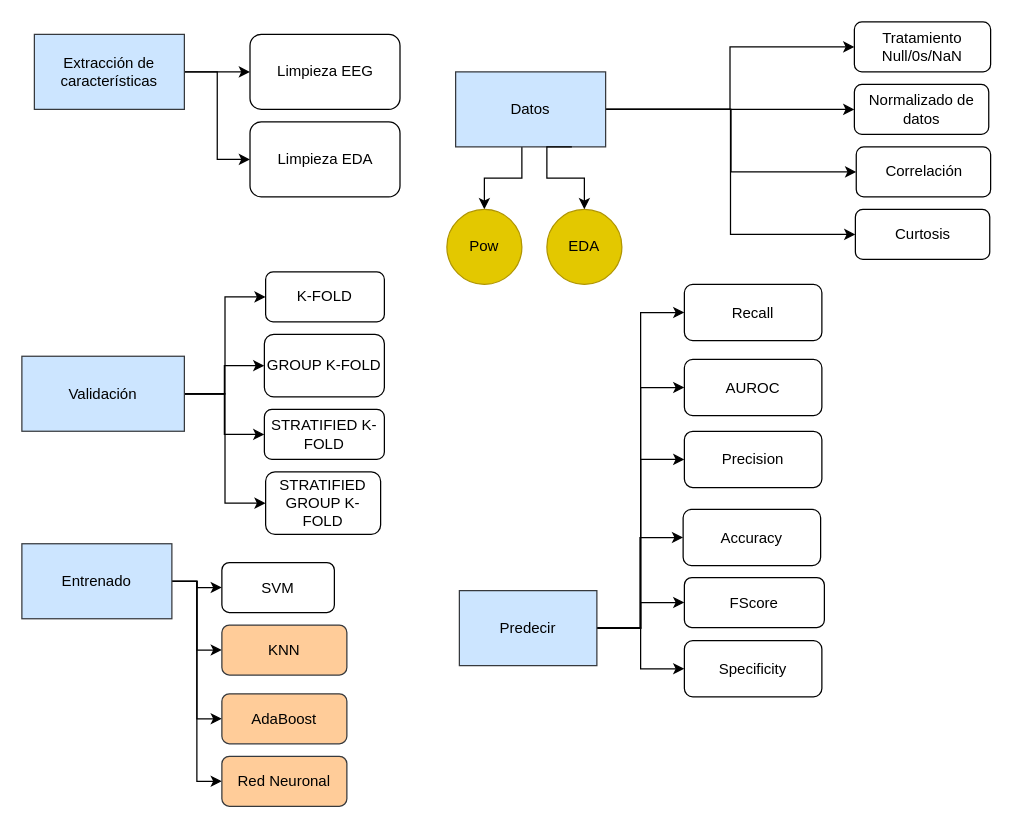
Earlier version of the draw.io diagram TDAH.drawio (sofiagrc/tdah). Source tidied: cells renumbered, new cells numbered last; positions are measured from the earlier drawing's top-left corner, leaving out a move shared by most shapes. Both pictures are drawn from the tidied source at 125%, with x=0, y=0 at pixel (21, 21).
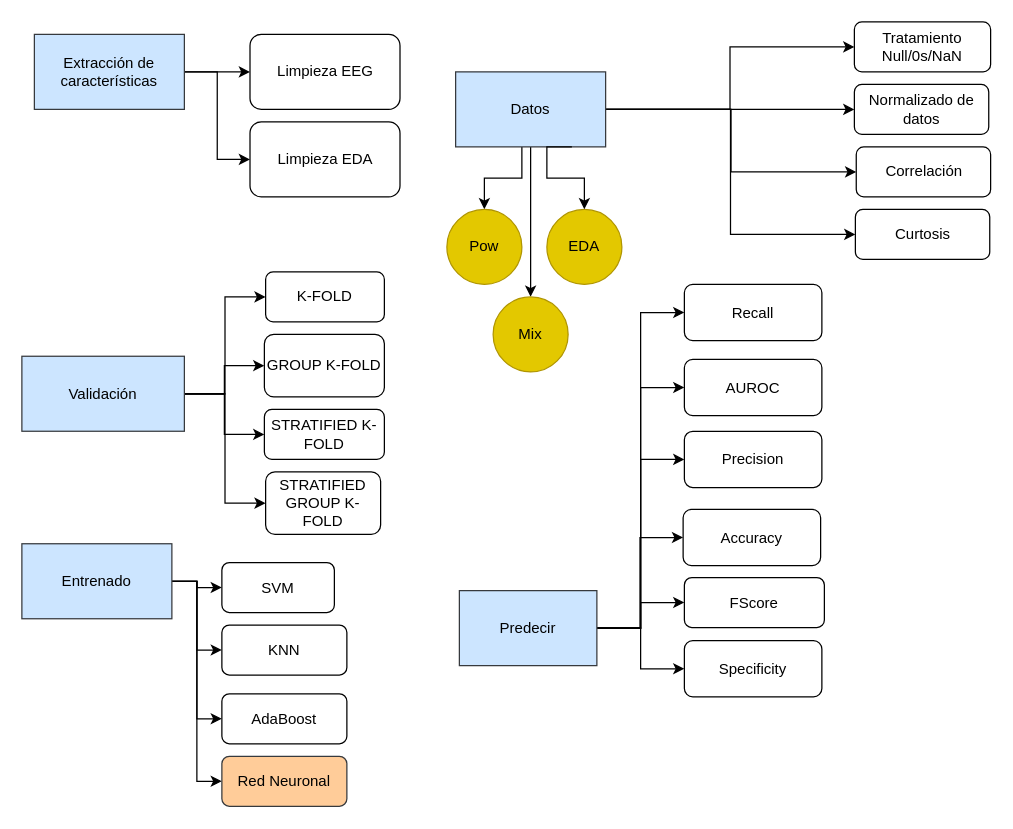
The same diagram, later.

Unchanged cells that the change refers to:
```xml
<mxCell id="7" value="Datos" style="rounded=0;whiteSpace=wrap;html=1;fillColor=#cce5ff;strokeColor=#36393d;" parent="1" vertex="1">
  <mxGeometry x="347" y="40" width="120" height="60" as="geometry" />
</mxCell>
```

Change to the diagram source:
```diff
@@
+    <mxCell id="51" style="edgeStyle=orthogonalEdgeStyle;rounded=0;jettySize=auto;html=1;" parent="1" edge="1" source="7" target="52">
+      <mxGeometry relative="1" as="geometry" />
+    </mxCell>
@@
-    <mxCell id="37" value="KNN" style="rounded=1;whiteSpace=wrap;html=1;fillColor=#ffcc99;strokeColor=#36393d;" parent="1" vertex="1">
+    <mxCell id="37" value="KNN" style="rounded=1;whiteSpace=wrap;html=1;" parent="1" vertex="1">
       <mxGeometry x="160" y="482.5" width="100" height="40" as="geometry" />
     </mxCell>
-    <mxCell id="38" value="AdaBoost" style="rounded=1;whiteSpace=wrap;html=1;fillColor=#ffcc99;strokeColor=#36393d;" parent="1" vertex="1">
+    <mxCell id="38" value="AdaBoost" style="rounded=1;whiteSpace=wrap;html=1;" parent="1" vertex="1">
       <mxGeometry x="160" y="537.5" width="100" height="40" as="geometry" />
     </mxCell>
@@
+    <mxCell id="52" value="Mix" style="ellipse;whiteSpace=wrap;html=1;fillColor=#e3c800;strokeColor=#B09500;rounded=0;fontColor=#000000;" parent="1" vertex="1">
+      <mxGeometry x="377" y="220" width="60" height="60" as="geometry" />
+    </mxCell>
```
